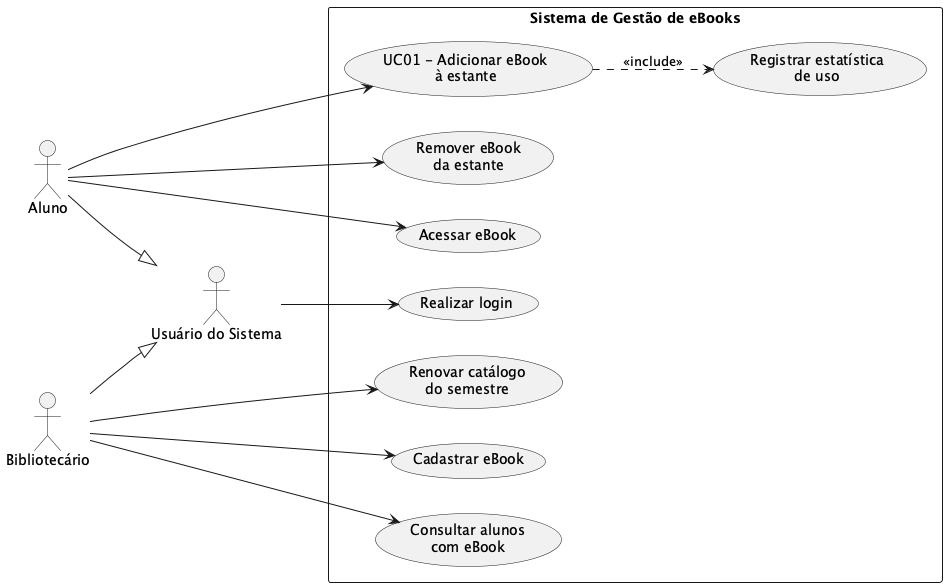
fillmello/lab01-ebooks-biblioteca keeps this PlantUML diagram as docs/diagramas/DiagramaCasoUsoPuml.png. Above is the earlier version.
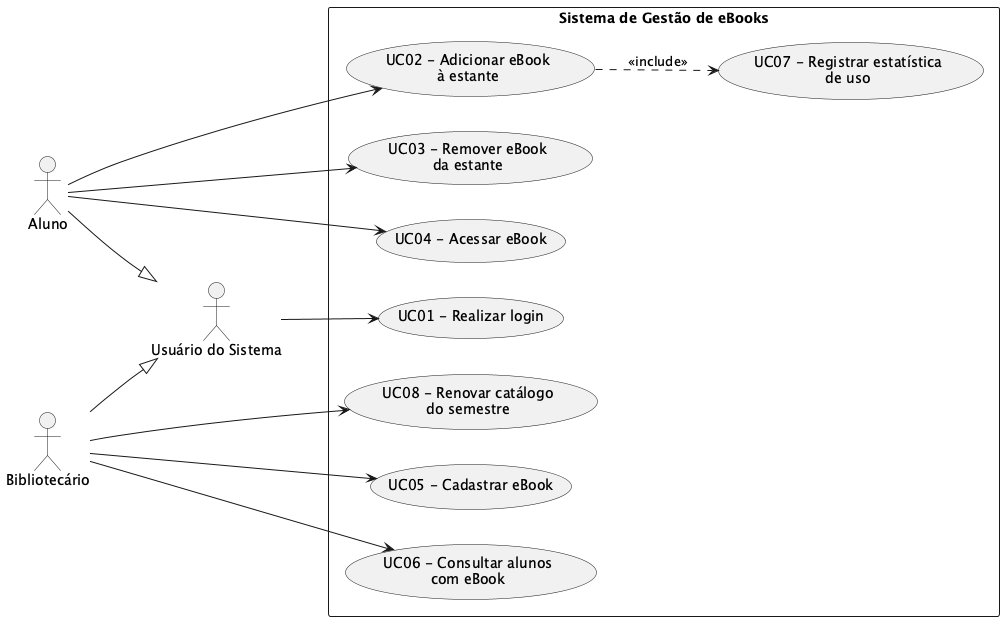
Above is the later version.

Commit message:
docs: numera casos de uso UC01-UC08 e aponta README para o diagrama PlantUML

Change to the diagram source:
```diff
@@ -9,14 +9,14 @@
 bib --|> usuario
 
 rectangle "Sistema de Gestão de eBooks" {
-  usecase "UC01 - Adicionar eBook\nà estante"        as UC_adicionar
-  usecase "Registrar estatística\nde uso"     as UC_estatistica
-  usecase "Remover eBook\nda estante"         as UC_remover
-  usecase "Acessar eBook"                     as UC_acessar
-  usecase "Realizar login"                    as UC_login
-  usecase "Cadastrar eBook"                   as UC_cadastrar
-  usecase "Consultar alunos\ncom eBook"       as UC_consultar
-  usecase "Renovar catálogo\ndo semestre"     as UC_renovar
+  usecase "UC01 - Realizar login"                   as UC_login
+  usecase "UC02 - Adicionar eBook\nà estante"       as UC_adicionar
+  usecase "UC03 - Remover eBook\nda estante"        as UC_remover
+  usecase "UC04 - Acessar eBook"                    as UC_acessar
+  usecase "UC05 - Cadastrar eBook"                  as UC_cadastrar
+  usecase "UC06 - Consultar alunos\ncom eBook"      as UC_consultar
+  usecase "UC07 - Registrar estatística\nde uso"    as UC_estatistica
+  usecase "UC08 - Renovar catálogo\ndo semestre"    as UC_renovar
 }
 
 usuario --> UC_login
```
